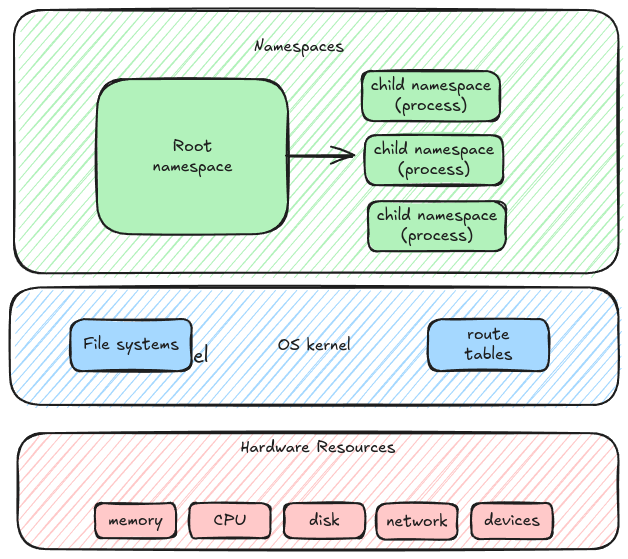
swaroopar/inprogress-engineer keeps this Excalidraw diagram as static/img/namespaces.excalidraw.png. Above is the earlier version. Source tidied: one line per element, renumbered; positions are measured from the earlier drawing's top-left corner, leaving out a move shared by most shapes.
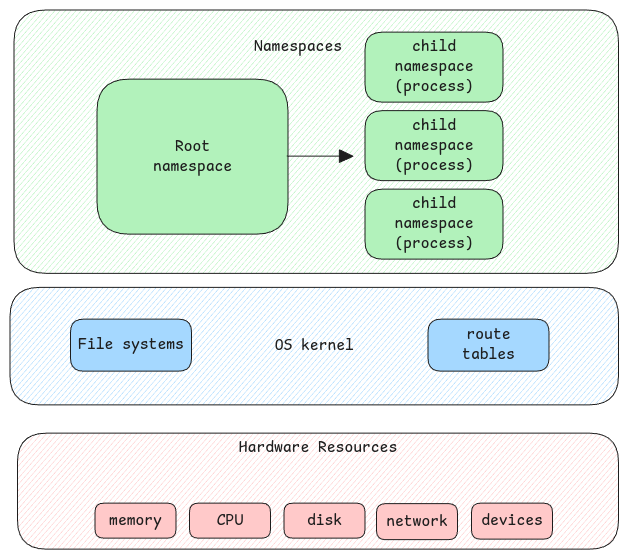
After the change.

Change to the diagram source:
```diff
@@ -1,29 +1,29 @@
-{"id": 0, "type": "rectangle", "strokeColor": "#1e1e1e", "backgroundColor": "#a5d8ff", "fillStyle": "hachure", "strokeWidth": 2, "roughness": 1, "round": true, "x": 0, "y": 277, "width": 608, "height": 117}
+{"id": 0, "type": "rectangle", "strokeColor": "#1e1e1e", "backgroundColor": "#a5d8ff", "fillStyle": "hachure", "strokeWidth": 1, "roughness": 0, "round": true, "x": 0, "y": 277, "width": 608, "height": 117}
-{"id": 1, "type": "text", "text": "OS kernel", "strokeColor": "#1e1e1e", "strokeWidth": 2, "roughness": 1, "fontSize": 16, "fontFamily": 5, "textAlign": "center", "verticalAlign": "middle", "inside": 0, "x": 268, "y": 326, "width": 73, "height": 20}
+{"id": 1, "type": "text", "text": "OS kernel", "strokeColor": "#1e1e1e", "strokeWidth": 2, "roughness": 1, "fontSize": 16, "fontFamily": 8, "textAlign": "center", "verticalAlign": "middle", "inside": 0, "x": 265, "y": 326, "width": 79, "height": 20}
-{"id": 2, "type": "rectangle", "strokeColor": "#1e1e1e", "backgroundColor": "#ffc9c9", "fillStyle": "hachure", "strokeWidth": 2, "roughness": 1, "round": true, "x": 8, "y": 423, "width": 601, "height": 116}
+{"id": 2, "type": "rectangle", "strokeColor": "#1e1e1e", "backgroundColor": "#ffc9c9", "fillStyle": "hachure", "strokeWidth": 1, "roughness": 0, "round": true, "x": 8, "y": 423, "width": 601, "height": 116}
-{"id": 3, "type": "text", "text": "Hardware Resources", "strokeColor": "#1e1e1e", "strokeWidth": 2, "roughness": 1, "fontSize": 16, "fontFamily": 5, "textAlign": "center", "inside": 2, "x": 230, "y": 428, "width": 155, "height": 20}
+{"id": 3, "type": "text", "text": "Hardware Resources", "strokeColor": "#1e1e1e", "strokeWidth": 2, "roughness": 1, "fontSize": 16, "fontFamily": 8, "textAlign": "center", "inside": 2, "x": 229, "y": 428, "width": 158, "height": 20}
-{"id": 4, "type": "rectangle", "strokeColor": "#1e1e1e", "backgroundColor": "#ffc9c9", "fillStyle": "solid", "strokeWidth": 2, "roughness": 1, "round": true, "x": 180, "y": 493, "width": 81, "height": 35}
+{"id": 4, "type": "rectangle", "strokeColor": "#1e1e1e", "backgroundColor": "#ffc9c9", "fillStyle": "solid", "strokeWidth": 1, "roughness": 0, "round": true, "x": 180, "y": 493, "width": 81, "height": 35}
-{"id": 5, "type": "text", "text": "CPU", "strokeColor": "#1e1e1e", "strokeWidth": 2, "roughness": 1, "fontSize": 16, "fontFamily": 5, "textAlign": "center", "verticalAlign": "middle", "inside": 4, "x": 204, "y": 501, "width": 33, "height": 20}
+{"id": 5, "type": "text", "text": "CPU", "strokeColor": "#1e1e1e", "strokeWidth": 2, "roughness": 1, "fontSize": 16, "fontFamily": 8, "textAlign": "center", "verticalAlign": "middle", "inside": 4, "x": 207, "y": 501, "width": 26, "height": 20}
-{"id": 6, "type": "rectangle", "strokeColor": "#1e1e1e", "backgroundColor": "#ffc9c9", "fillStyle": "solid", "strokeWidth": 2, "roughness": 1, "round": true, "x": 274, "y": 493, "width": 81, "height": 35}
+{"id": 6, "type": "rectangle", "strokeColor": "#1e1e1e", "backgroundColor": "#ffc9c9", "fillStyle": "solid", "strokeWidth": 1, "roughness": 0, "round": true, "x": 274, "y": 493, "width": 81, "height": 35}
-{"id": 7, "type": "text", "text": "disk", "strokeColor": "#1e1e1e", "strokeWidth": 2, "roughness": 1, "fontSize": 16, "fontFamily": 5, "textAlign": "center", "verticalAlign": "middle", "inside": 6, "x": 299, "y": 501, "width": 31, "height": 20}
+{"id": 7, "type": "text", "text": "disk", "strokeColor": "#1e1e1e", "strokeWidth": 2, "roughness": 1, "fontSize": 16, "fontFamily": 8, "textAlign": "center", "verticalAlign": "middle", "inside": 6, "x": 297, "y": 501, "width": 35, "height": 20}
-{"id": 8, "type": "rectangle", "strokeColor": "#1e1e1e", "backgroundColor": "#ffc9c9", "fillStyle": "solid", "strokeWidth": 2, "roughness": 1, "round": true, "x": 366, "y": 494, "width": 81, "height": 36}
+{"id": 8, "type": "rectangle", "strokeColor": "#1e1e1e", "backgroundColor": "#ffc9c9", "fillStyle": "solid", "strokeWidth": 1, "roughness": 0, "round": true, "x": 366, "y": 494, "width": 81, "height": 36}
-{"id": 9, "type": "text", "text": "network", "strokeColor": "#1e1e1e", "strokeWidth": 2, "roughness": 1, "fontSize": 16, "fontFamily": 5, "textAlign": "center", "verticalAlign": "middle", "inside": 8, "x": 376, "y": 502, "width": 62, "height": 20}
+{"id": 9, "type": "text", "text": "network", "strokeColor": "#1e1e1e", "strokeWidth": 2, "roughness": 1, "fontSize": 16, "fontFamily": 8, "textAlign": "center", "verticalAlign": "middle", "inside": 8, "x": 376, "y": 502, "width": 62, "height": 20}
-{"id": 10, "type": "rectangle", "strokeColor": "#1e1e1e", "backgroundColor": "#ffc9c9", "fillStyle": "solid", "strokeWidth": 2, "roughness": 1, "round": true, "x": 462, "y": 493, "width": 81, "height": 36}
+{"id": 10, "type": "rectangle", "strokeColor": "#1e1e1e", "backgroundColor": "#ffc9c9", "fillStyle": "solid", "strokeWidth": 1, "roughness": 0, "round": true, "x": 462, "y": 493, "width": 81, "height": 36}
-{"id": 11, "type": "text", "text": "devices", "strokeColor": "#1e1e1e", "strokeWidth": 2, "roughness": 1, "fontSize": 16, "fontFamily": 5, "textAlign": "center", "verticalAlign": "middle", "inside": 10, "x": 474, "y": 501, "width": 56, "height": 20}
+{"id": 11, "type": "text", "text": "devices", "strokeColor": "#1e1e1e", "strokeWidth": 2, "roughness": 1, "fontSize": 16, "fontFamily": 8, "textAlign": "center", "verticalAlign": "middle", "inside": 10, "x": 471, "y": 501, "width": 62, "height": 20}
-{"id": 12, "type": "rectangle", "strokeColor": "#1e1e1e", "backgroundColor": "#b2f2bb", "fillStyle": "hachure", "strokeWidth": 2, "roughness": 1, "round": true, "x": 4, "y": 0, "width": 604, "height": 263}
+{"id": 12, "type": "rectangle", "strokeColor": "#1e1e1e", "backgroundColor": "#b2f2bb", "fillStyle": "hachure", "strokeWidth": 1, "roughness": 0, "round": true, "x": 4, "y": 0, "width": 604, "height": 263}
-{"id": 13, "type": "rectangle", "strokeColor": "#1e1e1e", "backgroundColor": "#b2f2bb", "fillStyle": "solid", "strokeWidth": 2, "roughness": 1, "round": true, "x": 87, "y": 69, "width": 191, "height": 155}
+{"id": 13, "type": "rectangle", "strokeColor": "#1e1e1e", "backgroundColor": "#b2f2bb", "fillStyle": "solid", "strokeWidth": 1, "roughness": 0, "round": true, "x": 87, "y": 69, "width": 191, "height": 155}
-{"id": 14, "type": "text", "text": "Root\nnamespace", "strokeColor": "#1e1e1e", "strokeWidth": 2, "roughness": 1, "fontSize": 16, "fontFamily": 5, "textAlign": "center", "verticalAlign": "middle", "inside": 13, "x": 143, "y": 127, "width": 80, "height": 40}
+{"id": 14, "type": "text", "text": "Root\nnamespace", "strokeColor": "#1e1e1e", "strokeWidth": 2, "roughness": 1, "fontSize": 16, "fontFamily": 8, "textAlign": "center", "verticalAlign": "middle", "inside": 13, "x": 143, "y": 127, "width": 79, "height": 40}
-{"id": 15, "type": "arrow", "strokeColor": "#1e1e1e", "backgroundColor": "#b2f2bb", "fillStyle": "solid", "strokeWidth": 2, "roughness": 1, "endArrowhead": "arrow", "round": true, "x": 277, "y": 146, "width": 66, "height": 0, "points": [[0, 0], [66, 0]]}
+{"id": 15, "type": "arrow", "strokeColor": "#1e1e1e", "backgroundColor": "#b2f2bb", "fillStyle": "solid", "strokeWidth": 1, "roughness": 0, "endArrowhead": "triangle", "round": true, "x": 277, "y": 146, "width": 66, "height": 0, "points": [[0, 0], [66, 0]]}
-{"id": 16, "type": "rectangle", "strokeColor": "#1e1e1e", "backgroundColor": "#b2f2bb", "fillStyle": "solid", "strokeWidth": 2, "roughness": 1, "round": true, "x": 352, "y": 61, "width": 138, "height": 50}
+{"id": 16, "type": "rectangle", "strokeColor": "#1e1e1e", "backgroundColor": "#b2f2bb", "fillStyle": "solid", "strokeWidth": 1, "roughness": 0, "round": true, "x": 355, "y": 22, "width": 138, "height": 70}
-{"id": 17, "type": "text", "text": "child namespace\n(process)", "strokeColor": "#1e1e1e", "strokeWidth": 2, "roughness": 1, "fontSize": 16, "fontFamily": 5, "textAlign": "center", "verticalAlign": "middle", "inside": 16, "x": 361, "y": 66, "width": 121, "height": 40}
+{"id": 17, "type": "text", "text": "child\nnamespace\n(process)", "strokeColor": "#1e1e1e", "strokeWidth": 2, "roughness": 1, "fontSize": 16, "fontFamily": 8, "textAlign": "center", "verticalAlign": "middle", "inside": 16, "x": 384, "y": 27, "width": 79, "height": 60}
-{"id": 18, "type": "rectangle", "strokeColor": "#1e1e1e", "backgroundColor": "#b2f2bb", "fillStyle": "solid", "strokeWidth": 2, "roughness": 1, "round": true, "x": 355, "y": 125, "width": 138, "height": 50}
+{"id": 18, "type": "rectangle", "strokeColor": "#1e1e1e", "backgroundColor": "#b2f2bb", "fillStyle": "solid", "strokeWidth": 1, "roughness": 0, "round": true, "x": 355, "y": 101, "width": 138, "height": 70}
-{"id": 19, "type": "text", "text": "child namespace\n(process)", "strokeColor": "#1e1e1e", "strokeWidth": 2, "roughness": 1, "fontSize": 16, "fontFamily": 5, "textAlign": "center", "verticalAlign": "middle", "inside": 18, "x": 364, "y": 130, "width": 121, "height": 40}
+{"id": 19, "type": "text", "text": "child\nnamespace\n(process)", "strokeColor": "#1e1e1e", "strokeWidth": 2, "roughness": 1, "fontSize": 16, "fontFamily": 8, "textAlign": "center", "verticalAlign": "middle", "inside": 18, "x": 384, "y": 106, "width": 79, "height": 60}
-{"id": 20, "type": "rectangle", "strokeColor": "#1e1e1e", "backgroundColor": "#b2f2bb", "fillStyle": "solid", "strokeWidth": 2, "roughness": 1, "round": true, "x": 358, "y": 191, "width": 138, "height": 50}
+{"id": 20, "type": "rectangle", "strokeColor": "#1e1e1e", "backgroundColor": "#b2f2bb", "fillStyle": "solid", "strokeWidth": 1, "roughness": 0, "round": true, "x": 355, "y": 179, "width": 138, "height": 70}
-{"id": 21, "type": "text", "text": "child namespace\n(process)", "strokeColor": "#1e1e1e", "strokeWidth": 2, "roughness": 1, "fontSize": 16, "fontFamily": 5, "textAlign": "center", "verticalAlign": "middle", "inside": 20, "x": 367, "y": 196, "width": 121, "height": 40}
+{"id": 21, "type": "text", "text": "child\nnamespace\n(process)", "strokeColor": "#1e1e1e", "strokeWidth": 2, "roughness": 1, "fontSize": 16, "fontFamily": 8, "textAlign": "center", "verticalAlign": "middle", "inside": 20, "x": 384, "y": 184, "width": 79, "height": 60}
-{"id": 22, "type": "text", "text": "Namespaces", "strokeColor": "#1e1e1e", "backgroundColor": "#b2f2bb", "fillStyle": "hachure", "strokeWidth": 2, "roughness": 1, "fontSize": 16, "fontFamily": 5, "x": 244, "y": 27, "width": 90, "height": 20}
+{"id": 22, "type": "text", "text": "Namespaces", "strokeColor": "#1e1e1e", "backgroundColor": "#b2f2bb", "fillStyle": "hachure", "strokeWidth": 1, "roughness": 0, "fontSize": 16, "fontFamily": 8, "x": 244, "y": 27, "width": 88, "height": 20}
-{"id": 23, "type": "rectangle", "strokeColor": "#1e1e1e", "backgroundColor": "#a5d8ff", "fillStyle": "solid", "strokeWidth": 2, "roughness": 1, "round": true, "x": 418, "y": 309, "width": 121, "height": 52}
+{"id": 23, "type": "rectangle", "strokeColor": "#1e1e1e", "backgroundColor": "#a5d8ff", "fillStyle": "solid", "strokeWidth": 1, "roughness": 0, "round": true, "x": 418, "y": 309, "width": 121, "height": 52}
-{"id": 24, "type": "text", "text": "route\ntables", "strokeColor": "#1e1e1e", "strokeWidth": 2, "roughness": 1, "fontSize": 16, "fontFamily": 5, "textAlign": "center", "verticalAlign": "middle", "inside": 23, "x": 455, "y": 315, "width": 48, "height": 40}
+{"id": 24, "type": "text", "text": "route\ntables", "strokeColor": "#1e1e1e", "strokeWidth": 2, "roughness": 1, "fontSize": 16, "fontFamily": 8, "textAlign": "center", "verticalAlign": "middle", "inside": 23, "x": 452, "y": 315, "width": 53, "height": 40}
-{"id": 25, "type": "rectangle", "strokeColor": "#1e1e1e", "backgroundColor": "#a5d8ff", "fillStyle": "solid", "strokeWidth": 2, "roughness": 1, "round": true, "x": 60, "y": 309, "width": 121, "height": 52}
+{"id": 25, "type": "rectangle", "strokeColor": "#1e1e1e", "backgroundColor": "#a5d8ff", "fillStyle": "solid", "strokeWidth": 1, "roughness": 0, "round": true, "x": 60, "y": 309, "width": 121, "height": 52}
-{"id": 26, "type": "text", "text": "File systems", "strokeColor": "#1e1e1e", "strokeWidth": 2, "roughness": 1, "fontSize": 16, "fontFamily": 5, "textAlign": "center", "verticalAlign": "middle", "inside": 25, "x": 73, "y": 325, "width": 96, "height": 20}
+{"id": 26, "type": "text", "text": "File systems", "strokeColor": "#1e1e1e", "strokeWidth": 2, "roughness": 1, "fontSize": 16, "fontFamily": 8, "textAlign": "center", "verticalAlign": "middle", "inside": 25, "x": 68, "y": 325, "width": 106, "height": 20}
-{"id": 27, "type": "rectangle", "strokeColor": "#1e1e1e", "backgroundColor": "#ffc9c9", "fillStyle": "solid", "strokeWidth": 2, "roughness": 1, "round": true, "x": 85, "y": 493, "width": 81, "height": 35}
+{"id": 27, "type": "rectangle", "strokeColor": "#1e1e1e", "backgroundColor": "#ffc9c9", "fillStyle": "solid", "strokeWidth": 1, "roughness": 0, "round": true, "x": 85, "y": 493, "width": 81, "height": 35}
-{"id": 28, "type": "text", "text": "memory", "strokeColor": "#1e1e1e", "strokeWidth": 2, "roughness": 1, "fontSize": 16, "fontFamily": 5, "textAlign": "center", "verticalAlign": "middle", "inside": 27, "x": 98, "y": 501, "width": 54, "height": 20}
+{"id": 28, "type": "text", "text": "memory", "strokeColor": "#1e1e1e", "strokeWidth": 2, "roughness": 1, "fontSize": 16, "fontFamily": 8, "textAlign": "center", "verticalAlign": "middle", "inside": 27, "x": 99, "y": 501, "width": 53, "height": 20}
```
